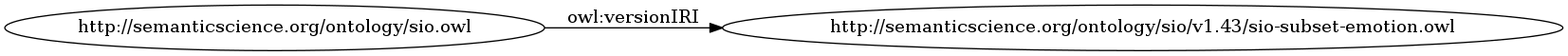
Before: OnToology/ontology/sio/release/sio-subset-emotion.owl/diagrams/ar2dtool-class/sio-subset-emotion.owl.png, a diagram exported from Graphviz (MaastrichtU-IDS/semanticscience). Its source is kept beside it as OnToology/ontology/sio/release/sio-subset-emotion.owl/diagrams/ar2dtool-class/sio-subset-emotion.owl.png.dot.
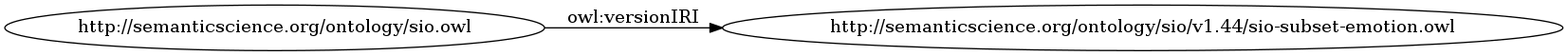
After the change.

The edit, as a diff of the source:
```diff
@@ -1,6 +1,6 @@
 digraph ar2dtool_diagram {
 rankdir=LR;
 size="1501"
-	"http://semanticscience.org/ontology/sio.owl" -> "http://semanticscience.org/ontology/sio/v1.43/sio-subset-emotion.owl" [ label = "owl:versionIRI" ];
+	"http://semanticscience.org/ontology/sio.owl" -> "http://semanticscience.org/ontology/sio/v1.44/sio-subset-emotion.owl" [ label = "owl:versionIRI" ];
 
 }
```
